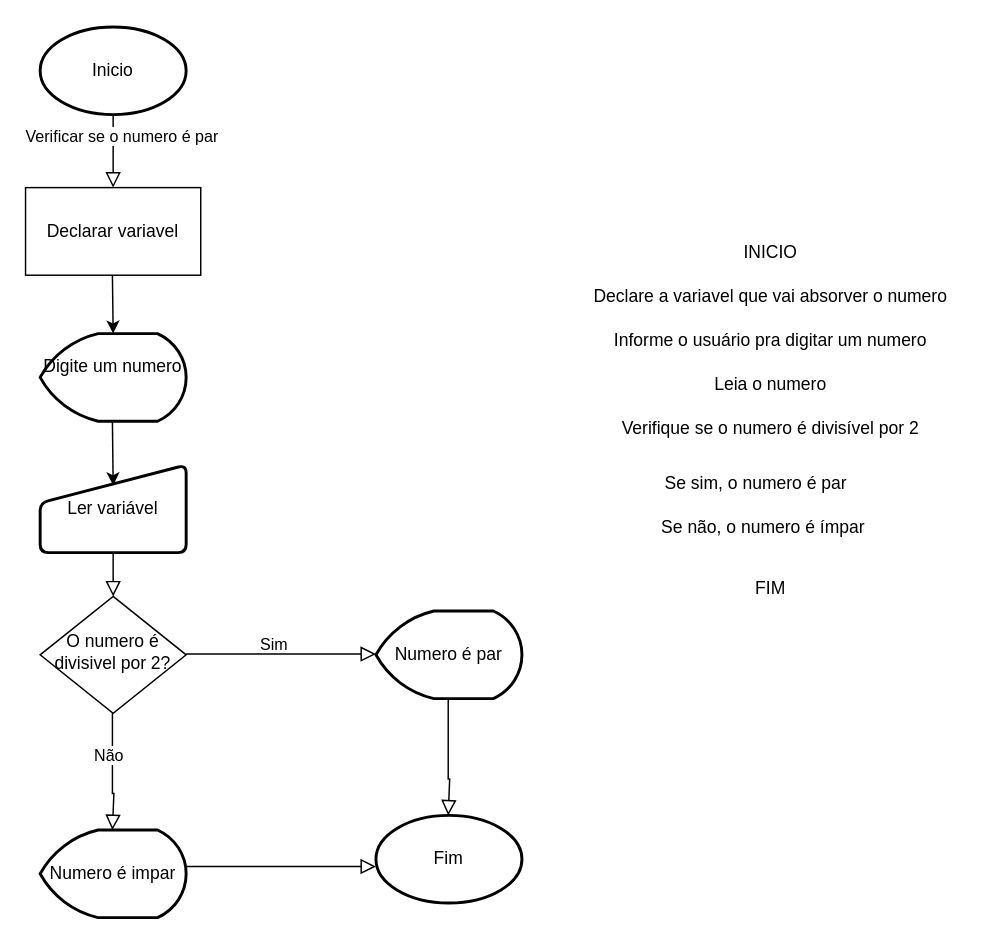
The draw.io diagram AtividadeParImpar.drawio in Jhonneg/FluxogramaRepo, before the edit. Source tidied: cells renumbered, new cells numbered last; positions are measured from the earlier drawing's top-left corner, leaving out a move shared by most shapes. Both pictures are drawn from the tidied source at 146%, with x=0, y=0 at pixel (25, 26).
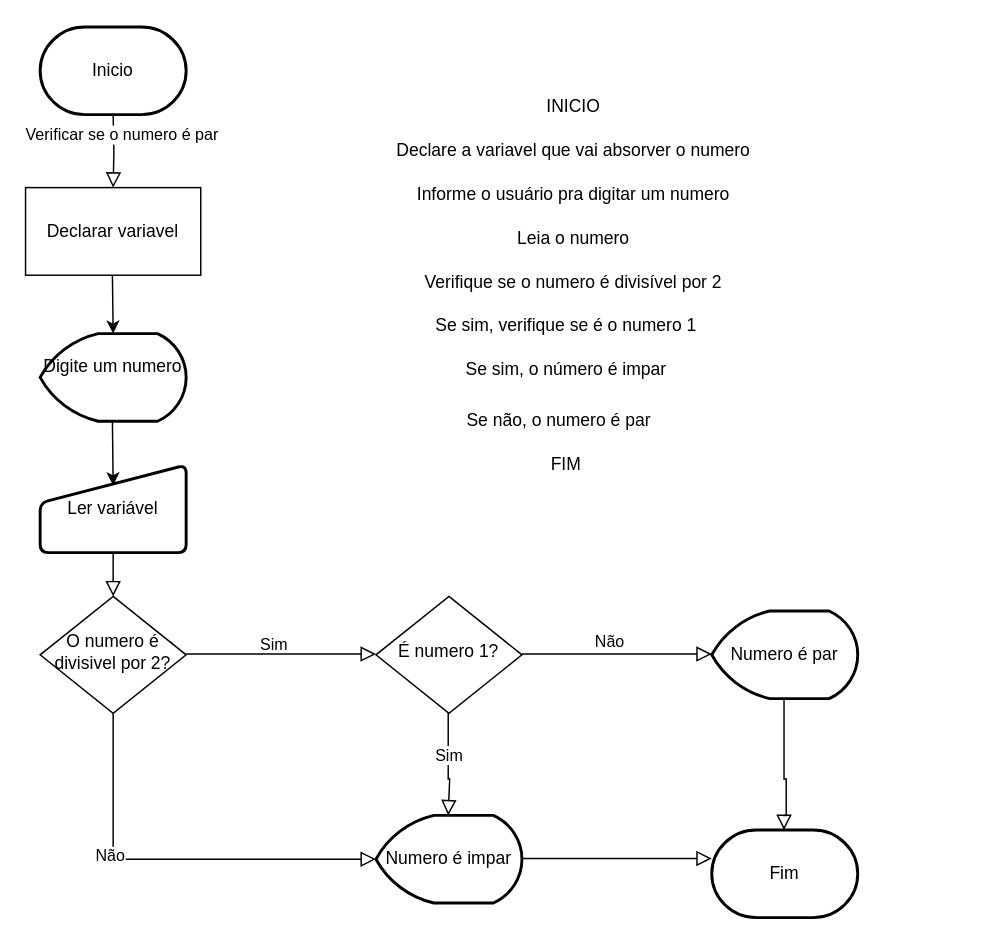
Above is the later version.

Unchanged cells that the change refers to:
```xml
<mxCell id="9" value="Declarar variavel" style="rounded=0;whiteSpace=wrap;html=1;" parent="1" vertex="1">
  <mxGeometry y="110" width="120" height="60" as="geometry" />
</mxCell>
<mxCell id="15" style="rounded=0;html=1;jettySize=auto;orthogonalLoop=1;fontSize=11;endArrow=block;endFill=0;endSize=8;strokeWidth=1;shadow=0;labelBackgroundColor=none;edgeStyle=orthogonalEdgeStyle;exitX=0.5;exitY=1;exitDx=0;exitDy=0;" parent="1" edge="1">
  <mxGeometry x="0.33" y="20" relative="1" as="geometry">
    <mxPoint x="289.5" y="460" as="sourcePoint" />
    <mxPoint x="289.5" y="540" as="targetPoint" />
    <Array as="points">
      <mxPoint x="289.5" y="515" />
      <mxPoint x="290.5" y="515" />
    </Array>
  </mxGeometry>
</mxCell>
<mxCell id="27" value="O numero é divisivel por 2?" style="rhombus;whiteSpace=wrap;html=1;shadow=0;fontFamily=Helvetica;fontSize=12;align=center;strokeWidth=1;spacing=6;spacingTop=-4;" parent="1" vertex="1">
  <mxGeometry x="10" y="390" width="100" height="80" as="geometry" />
</mxCell>
```

The edit, as a diff of the source:
```diff
@@
-    <mxCell id="2" style="rounded=0;html=1;jettySize=auto;fontSize=11;endArrow=block;endFill=0;endSize=8;strokeWidth=1;shadow=0;labelBackgroundColor=none;edgeStyle=orthogonalEdgeStyle;entryX=0.5;entryY=0;entryDx=0;entryDy=0;exitX=0.5;exitY=1;exitDx=0;exitDy=0;exitPerimeter=0;" parent="1" edge="1" source="5" target="9">
-      <mxGeometry relative="1" as="geometry" />
+    <mxCell id="2" style="rounded=0;html=1;jettySize=auto;fontSize=11;endArrow=block;endFill=0;endSize=8;strokeWidth=1;shadow=0;labelBackgroundColor=none;edgeStyle=orthogonalEdgeStyle;entryX=0.5;entryY=0;entryDx=0;entryDy=0;exitX=0.5;exitY=1;exitDx=0;exitDy=0;exitPerimeter=0;" parent="1" edge="1" target="9">
+      <mxGeometry relative="1" as="geometry">
+        <mxPoint x="60" y="60" as="sourcePoint" />
+      </mxGeometry>
     </mxCell>
@@
-    <mxCell id="5" value="Inicio" style="strokeWidth=2;html=1;shape=mxgraph.flowchart.start_1;whiteSpace=wrap;" parent="1" vertex="1">
-      <mxGeometry x="10" width="100" height="60" as="geometry" />
-    </mxCell>
@@
-    <mxCell id="11" value="&lt;div&gt;Numero é par&lt;/div&gt;" style="strokeWidth=2;html=1;shape=mxgraph.flowchart.display;whiteSpace=wrap;" parent="1" vertex="1">
-      <mxGeometry x="240" y="400" width="100" height="60" as="geometry" />
+    <mxCell id="11" value="Numero é par" style="strokeWidth=2;html=1;shape=mxgraph.flowchart.display;whiteSpace=wrap;" parent="1" vertex="1">
+      <mxGeometry x="470" y="400" width="100" height="60" as="geometry" />
     </mxCell>
-    <mxCell id="12" style="rounded=0;html=1;jettySize=auto;orthogonalLoop=1;fontSize=11;endArrow=block;endFill=0;endSize=8;strokeWidth=1;shadow=0;labelBackgroundColor=none;edgeStyle=orthogonalEdgeStyle;exitX=0.5;exitY=1;exitDx=0;exitDy=0;" parent="1" edge="1">
+    <mxCell id="12" style="rounded=0;html=1;jettySize=auto;fontSize=11;endArrow=block;endFill=0;endSize=8;strokeWidth=1;shadow=0;labelBackgroundColor=none;edgeStyle=orthogonalEdgeStyle;exitX=0.5;exitY=1;exitDx=0;exitDy=0;entryX=0;entryY=0.5;entryDx=0;entryDy=0;entryPerimeter=0;" parent="1" edge="1" source="27" target="14">
       <mxGeometry x="0.33" y="20" relative="1" as="geometry">
-        <mxPoint x="59.5" y="470" as="sourcePoint" />
-        <mxPoint x="59.5" y="550" as="targetPoint" />
         <Array as="points">
-          <mxPoint x="59.5" y="525" />
-          <mxPoint x="60.5" y="525" />
+          <mxPoint x="60" y="570" />
         </Array>
       </mxGeometry>
     </mxCell>
@@
     <mxCell id="14" value="&lt;div&gt;Numero é impar&lt;/div&gt;" style="strokeWidth=2;html=1;shape=mxgraph.flowchart.display;whiteSpace=wrap;" parent="1" vertex="1">
-      <mxGeometry x="10" y="550" width="100" height="60" as="geometry" />
+      <mxGeometry x="240" y="540" width="100" height="60" as="geometry" />
     </mxCell>
@@
-    <mxCell id="16" value="&lt;div&gt;&lt;br&gt;&lt;/div&gt;" style="edgeStyle=orthogonalEdgeStyle;rounded=0;html=1;jettySize=auto;orthogonalLoop=1;fontSize=11;endArrow=block;endFill=0;endSize=8;strokeWidth=1;shadow=0;labelBackgroundColor=none;" parent="1" edge="1">
-      <mxGeometry x="0.08" relative="1" as="geometry">
-        <mxPoint x="110" y="575" as="sourcePoint" />
-        <mxPoint x="240" y="575" as="targetPoint" />
-        <Array as="points">
-          <mxPoint x="146" y="575" />
-        </Array>
-      </mxGeometry>
-    </mxCell>
-    <mxCell id="17" value="Fim" style="strokeWidth=2;html=1;shape=mxgraph.flowchart.start_1;whiteSpace=wrap;" parent="1" vertex="1">
-      <mxGeometry x="240" y="540" width="100" height="60" as="geometry" />
-    </mxCell>
+    <mxCell id="28" value="Sim" style="edgeLabel;html=1;align=center;verticalAlign=middle;" parent="15" vertex="1">
+      <mxGeometry x="-0.06" relative="1" as="geometry" />
+    </mxCell>
-    <mxCell id="18" value="INICIO" style="text;html=1;align=center;verticalAlign=middle;strokeColor=none;fillColor=none;" parent="1" vertex="1">
-      <mxGeometry x="480" y="140" width="60" height="30" as="geometry" />
+    <mxCell id="18" value="INICIO" style="text;html=1;align=center;verticalAlign=middle;strokeColor=none;fillColor=none;rounded=1;" parent="1" vertex="1">
+      <mxGeometry x="345" y="40" width="60" height="30" as="geometry" />
     </mxCell>
     <mxCell id="19" value="FIM" style="text;html=1;align=center;verticalAlign=middle;strokeColor=none;fillColor=none;" parent="1" vertex="1">
-      <mxGeometry x="490" y="370" width="40" height="30" as="geometry" />
+      <mxGeometry x="350" y="285" width="40" height="30" as="geometry" />
     </mxCell>
-    <mxCell id="20" value="Declare a variavel que vai absorver o numero" style="text;html=1;align=center;verticalAlign=middle;strokeColor=none;fillColor=none;" parent="1" vertex="1">
-      <mxGeometry x="375" y="170" width="270" height="30" as="geometry" />
+    <mxCell id="20" value="Declare a variavel que vai absorver o numero" style="text;html=1;align=center;verticalAlign=middle;strokeColor=none;fillColor=none;rounded=1;" parent="1" vertex="1">
+      <mxGeometry x="240" y="70" width="270" height="30" as="geometry" />
     </mxCell>
-    <mxCell id="21" value="Informe o usuário pra digitar um numero" style="text;html=1;align=center;verticalAlign=middle;strokeColor=none;fillColor=none;" parent="1" vertex="1">
-      <mxGeometry x="390" y="200" width="240" height="30" as="geometry" />
+    <mxCell id="21" value="Informe o usuário pra digitar um numero" style="text;html=1;align=center;verticalAlign=middle;strokeColor=none;fillColor=none;rounded=1;" parent="1" vertex="1">
+      <mxGeometry x="255" y="100" width="240" height="30" as="geometry" />
     </mxCell>
-    <mxCell id="22" value="Leia o numero" style="text;html=1;align=center;verticalAlign=middle;strokeColor=none;fillColor=none;" parent="1" vertex="1">
-      <mxGeometry x="460" y="230" width="100" height="30" as="geometry" />
+    <mxCell id="22" value="Leia o numero" style="text;html=1;align=center;verticalAlign=middle;strokeColor=none;fillColor=none;rounded=1;" parent="1" vertex="1">
+      <mxGeometry x="325" y="130" width="100" height="30" as="geometry" />
     </mxCell>
-    <mxCell id="23" value="Verifique se o numero é divisível por 2" style="text;html=1;align=center;verticalAlign=middle;strokeColor=none;fillColor=none;" parent="1" vertex="1">
-      <mxGeometry x="395" y="260" width="230" height="30" as="geometry" />
+    <mxCell id="23" value="Verifique se o numero é divisível por 2" style="text;html=1;align=center;verticalAlign=middle;strokeColor=none;fillColor=none;rounded=1;" parent="1" vertex="1">
+      <mxGeometry x="260" y="160" width="230" height="30" as="geometry" />
     </mxCell>
-    <mxCell id="24" value="Se sim, o numero é par" style="text;html=1;align=center;verticalAlign=middle;strokeColor=none;fillColor=none;" parent="1" vertex="1">
-      <mxGeometry x="425" y="298" width="150" height="30" as="geometry" />
+    <mxCell id="24" value="Se sim, verifique se é o numero 1" style="text;html=1;align=center;verticalAlign=middle;strokeColor=none;fillColor=none;rounded=1;" parent="1" vertex="1">
+      <mxGeometry x="270" y="190" width="200" height="30" as="geometry" />
     </mxCell>
-    <mxCell id="25" value="Se não, o numero é ímpar" style="text;html=1;align=center;verticalAlign=middle;strokeColor=none;fillColor=none;" parent="1" vertex="1">
-      <mxGeometry x="425" y="328" width="160" height="30" as="geometry" />
+    <mxCell id="25" value="Se não, o numero é par" style="text;html=1;align=center;verticalAlign=middle;strokeColor=none;fillColor=none;rounded=1;" parent="1" vertex="1">
+      <mxGeometry x="290" y="255" width="150" height="30" as="geometry" />
     </mxCell>
@@
+    <mxCell id="29" value="É numero 1?" style="rhombus;whiteSpace=wrap;html=1;shadow=0;fontFamily=Helvetica;fontSize=12;align=center;strokeWidth=1;spacing=6;spacingTop=-4;" parent="1" vertex="1">
+      <mxGeometry x="240" y="390" width="100" height="80" as="geometry" />
+    </mxCell>
+    <mxCell id="30" value="&lt;div&gt;Não&lt;/div&gt;" style="edgeStyle=orthogonalEdgeStyle;rounded=0;html=1;jettySize=auto;orthogonalLoop=1;fontSize=11;endArrow=block;endFill=0;endSize=8;strokeWidth=1;shadow=0;labelBackgroundColor=none;" parent="1" edge="1">
+      <mxGeometry x="-0.08" y="10" relative="1" as="geometry">
+        <mxPoint x="340" y="429.5" as="sourcePoint" />
+        <mxPoint x="470" y="429.5" as="targetPoint" />
+        <Array as="points">
+          <mxPoint x="376" y="429.5" />
+        </Array>
+        <mxPoint y="1" as="offset" />
+      </mxGeometry>
+    </mxCell>
+    <mxCell id="31" style="edgeStyle=orthogonalEdgeStyle;rounded=0;html=1;jettySize=auto;orthogonalLoop=1;fontSize=11;endArrow=block;endFill=0;endSize=8;strokeWidth=1;shadow=0;labelBackgroundColor=none;" parent="1" edge="1">
+      <mxGeometry x="-0.08" y="10" relative="1" as="geometry">
+        <mxPoint x="340" y="569.5" as="sourcePoint" />
+        <mxPoint x="470" y="569.5" as="targetPoint" />
+        <Array as="points">
+          <mxPoint x="376" y="569.5" />
+        </Array>
+        <mxPoint y="1" as="offset" />
+      </mxGeometry>
+    </mxCell>
+    <mxCell id="32" style="rounded=0;html=1;jettySize=auto;orthogonalLoop=1;fontSize=11;endArrow=block;endFill=0;endSize=8;strokeWidth=1;shadow=0;labelBackgroundColor=none;edgeStyle=orthogonalEdgeStyle;exitX=0.5;exitY=1;exitDx=0;exitDy=0;entryX=0.495;entryY=0.083;entryDx=0;entryDy=0;entryPerimeter=0;" parent="1" edge="1">
+      <mxGeometry x="0.33" y="20" relative="1" as="geometry">
+        <mxPoint x="519.5" y="460" as="sourcePoint" />
+        <mxPoint x="519.5" y="550" as="targetPoint" />
+        <Array as="points">
+          <mxPoint x="520" y="515" />
+          <mxPoint x="521" y="515" />
+          <mxPoint x="521" y="540" />
+          <mxPoint x="520" y="540" />
+        </Array>
+      </mxGeometry>
+    </mxCell>
+    <mxCell id="33" value="Se sim, o número é impar" style="text;html=1;align=center;verticalAlign=middle;strokeColor=none;fillColor=none;rounded=1;" parent="1" vertex="1">
+      <mxGeometry x="290" y="220" width="160" height="30" as="geometry" />
+    </mxCell>
+    <mxCell id="5" value="Inicio" style="strokeWidth=2;html=1;shape=mxgraph.flowchart.terminator;whiteSpace=wrap;" parent="1" vertex="1">
+      <mxGeometry x="10" width="100" height="60" as="geometry" />
+    </mxCell>
+    <mxCell id="17" value="Fim" style="strokeWidth=2;html=1;shape=mxgraph.flowchart.terminator;whiteSpace=wrap;" parent="1" vertex="1">
+      <mxGeometry x="470" y="550" width="100" height="60" as="geometry" />
+    </mxCell>
```
